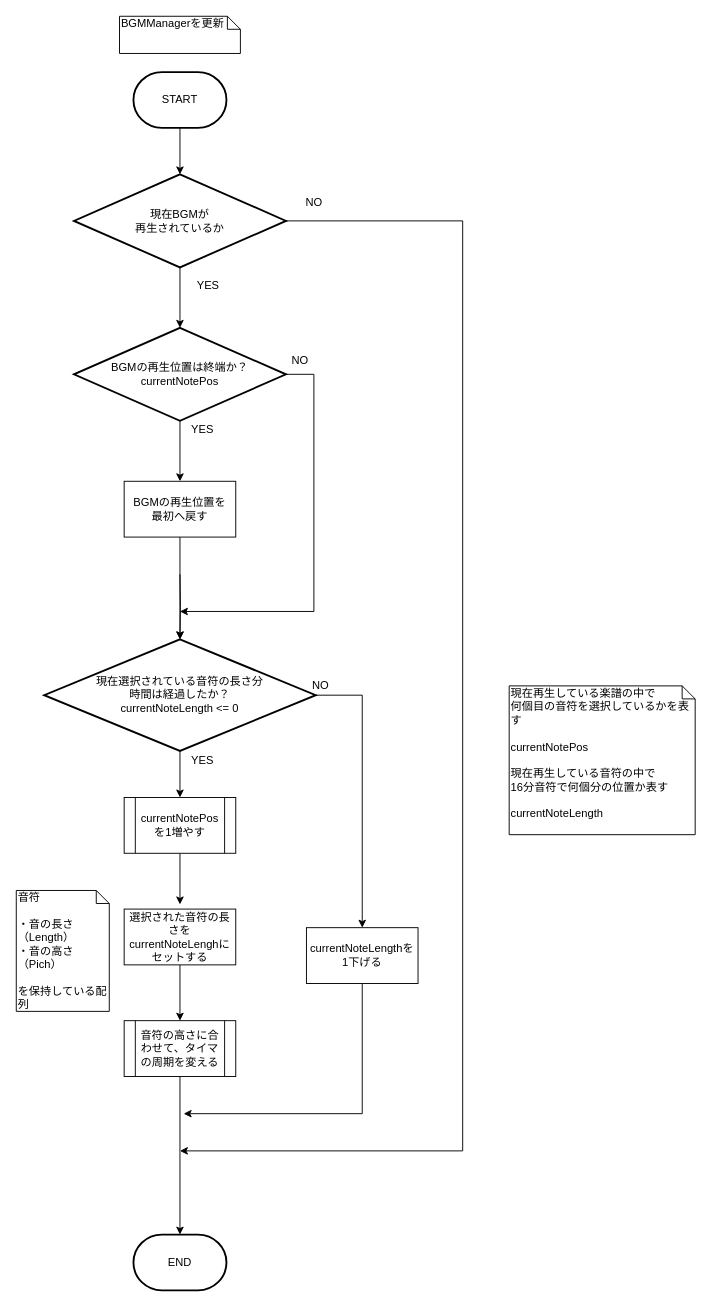
This is page "BGMManagerを更新" (2 of 5) of 資料/設計書/フローチャート/モグラ叩き_Buzzer.drawio from hakohumi/comp.train.whack-a-mole, a draw.io file, before an edit. Source tidied: cells renumbered, new cells numbered last; positions are measured from the earlier drawing's top-left corner, leaving out a move shared by most shapes. Both pictures are drawn from the tidied source at 93%, with x=0, y=0 at pixel (16, 16).
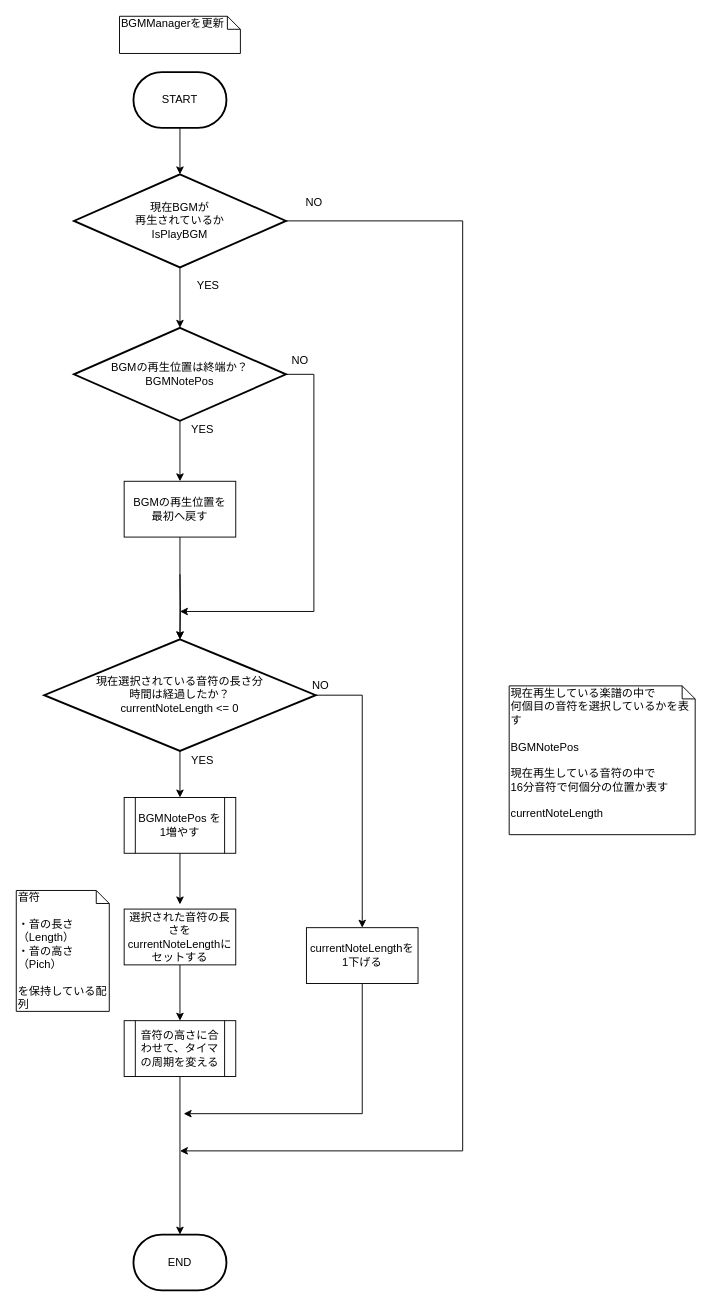
The same page after the edit.

The edit, as a diff of the source:
```diff
@@
-    <mxCell id="7" value="現在BGMが&lt;br&gt;再生されているか" style="strokeWidth=2;html=1;shape=mxgraph.flowchart.decision;whiteSpace=wrap;" parent="1" vertex="1">
+    <mxCell id="7" value="現在BGMが&lt;br&gt;再生されているか&lt;br&gt;IsPlayBGM" style="strokeWidth=2;html=1;shape=mxgraph.flowchart.decision;whiteSpace=wrap;" parent="1" vertex="1">
       <mxGeometry x="62" y="170" width="228" height="100" as="geometry" />
     </mxCell>
@@
-    <mxCell id="10" value="BGMの再生位置は終端か？&lt;br&gt;currentNotePos" style="strokeWidth=2;html=1;shape=mxgraph.flowchart.decision;whiteSpace=wrap;" parent="1" vertex="1">
+    <mxCell id="10" value="BGMの再生位置は終端か？&lt;br&gt;BGMNotePos" style="strokeWidth=2;html=1;shape=mxgraph.flowchart.decision;whiteSpace=wrap;" parent="1" vertex="1">
       <mxGeometry x="62" y="335" width="228" height="100" as="geometry" />
     </mxCell>
@@
-    <mxCell id="26" value="currentNotePos を1増やす" style="shape=process;whiteSpace=wrap;html=1;backgroundOutline=1;" parent="1" vertex="1">
+    <mxCell id="26" value="BGMNotePos を1増やす" style="shape=process;whiteSpace=wrap;html=1;backgroundOutline=1;" parent="1" vertex="1">
       <mxGeometry x="116" y="840" width="120" height="60" as="geometry" />
     </mxCell>
@@
-    <mxCell id="29" value="&lt;span style=&quot;text-align: center&quot;&gt;現在再生している楽譜の中で&lt;/span&gt;&lt;br style=&quot;text-align: center&quot;&gt;&lt;span style=&quot;text-align: center&quot;&gt;何個目の音符を選択しているかを表す&lt;/span&gt;&lt;br style=&quot;text-align: center&quot;&gt;&lt;br style=&quot;text-align: center&quot;&gt;&lt;span style=&quot;text-align: center&quot;&gt;currentNotePos&lt;/span&gt;&lt;br style=&quot;text-align: center&quot;&gt;&lt;span style=&quot;text-align: center&quot;&gt;&lt;br&gt;現在再生している音符の中で&lt;br&gt;16分音符で何個分の位置か表す&lt;br&gt;&lt;br&gt;currentNoteLength&lt;br&gt;&lt;/span&gt;" style="shape=note;whiteSpace=wrap;html=1;size=14;verticalAlign=top;align=left;spacingTop=-6;" parent="1" vertex="1">
+    <mxCell id="29" value="&lt;span style=&quot;text-align: center&quot;&gt;現在再生している楽譜の中で&lt;/span&gt;&lt;br style=&quot;text-align: center&quot;&gt;&lt;span style=&quot;text-align: center&quot;&gt;何個目の音符を選択しているかを表す&lt;/span&gt;&lt;br style=&quot;text-align: center&quot;&gt;&lt;br style=&quot;text-align: center&quot;&gt;&lt;span style=&quot;text-align: center&quot;&gt;BGMNotePos&lt;/span&gt;&lt;br style=&quot;text-align: center&quot;&gt;&lt;span style=&quot;text-align: center&quot;&gt;&lt;br&gt;現在再生している音符の中で&lt;br&gt;16分音符で何個分の位置か表す&lt;br&gt;&lt;br&gt;currentNoteLength&lt;br&gt;&lt;/span&gt;" style="shape=note;whiteSpace=wrap;html=1;size=14;verticalAlign=top;align=left;spacingTop=-6;" parent="1" vertex="1">
       <mxGeometry x="530" y="720" width="200" height="160" as="geometry" />
     </mxCell>
@@
-    <mxCell id="33" value="&lt;span&gt;選択された音符の長さをcurrentNoteLenghにセットする&lt;/span&gt;" style="rounded=0;whiteSpace=wrap;html=1;" parent="1" vertex="1">
+    <mxCell id="33" value="&lt;span&gt;選択された音符の長さをcurrentNoteLengthにセットする&lt;/span&gt;" style="rounded=0;whiteSpace=wrap;html=1;" parent="1" vertex="1">
       <mxGeometry x="116" y="960" width="120" height="60" as="geometry" />
     </mxCell>
```
